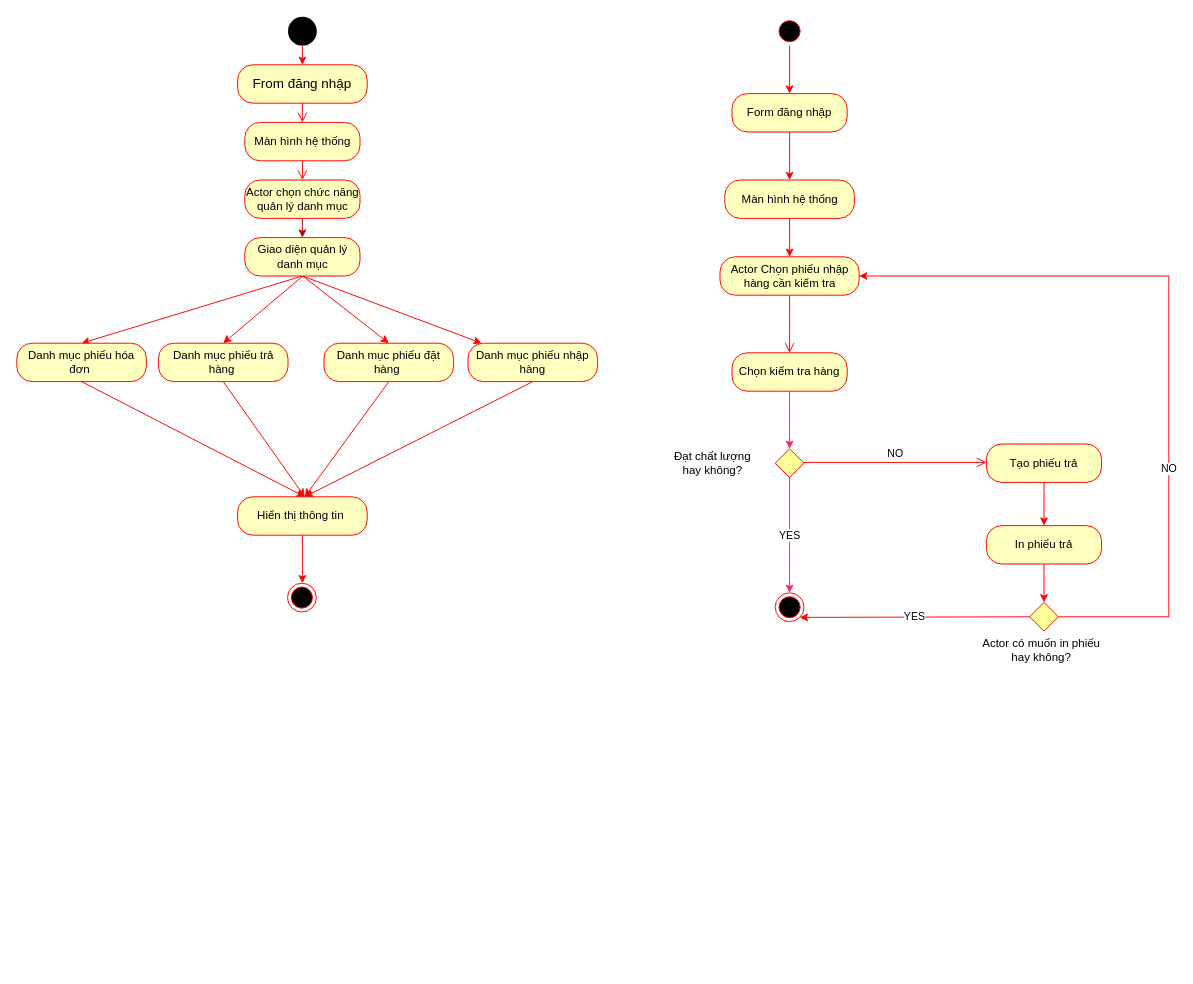
Before: ACTIVITY/Activity diagram.drawio in AlexTien202/congnghephanmem, a draw.io diagram. Source tidied: cells renumbered, new cells numbered last; positions are measured from the earlier drawing's top-left corner, leaving out a move shared by most shapes. Both pictures are drawn from the tidied source at 96%, with x=0, y=0 at pixel (16, 16).
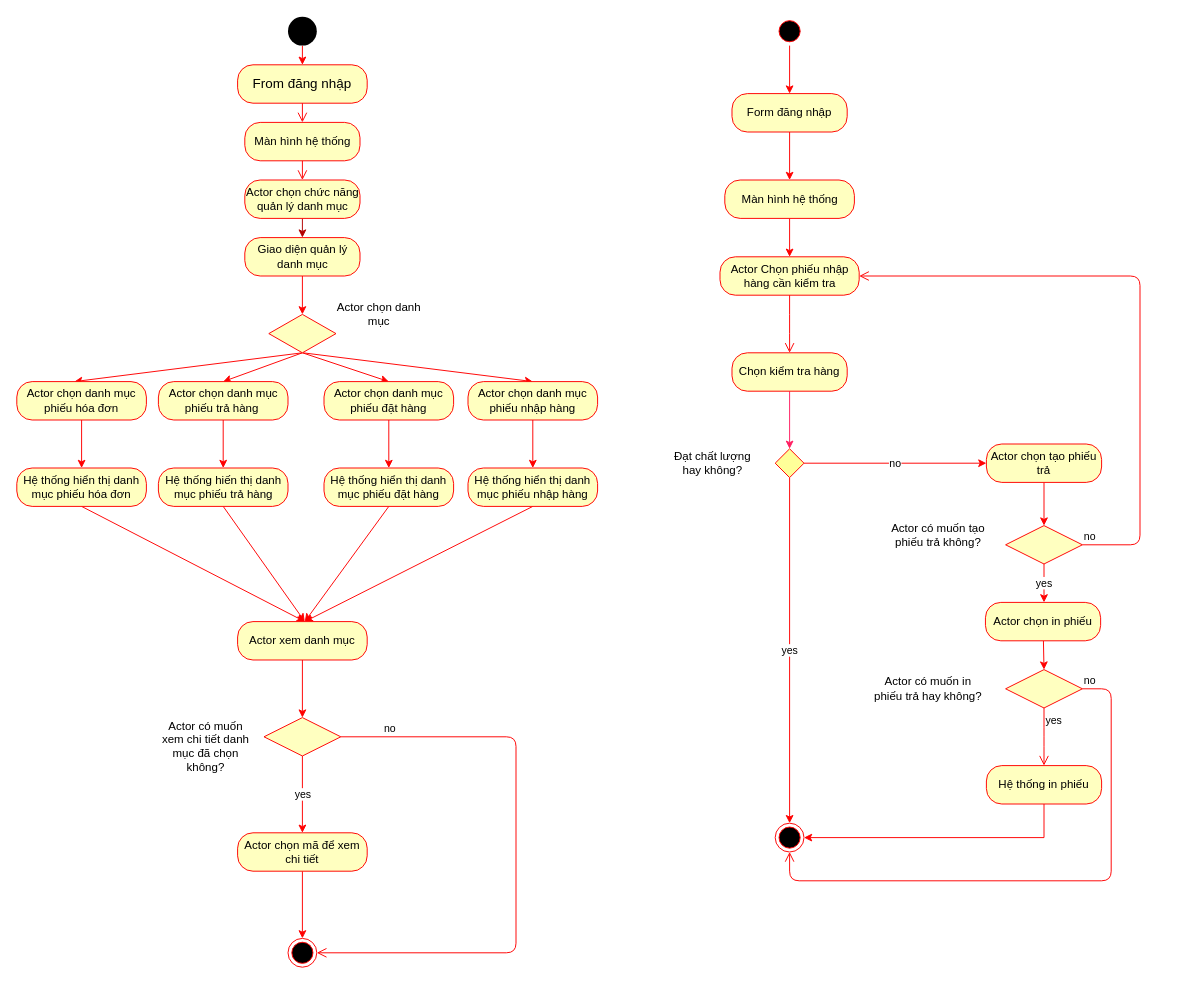
After the change.

The change refers to these unchanged cells:
```xml
<mxCell id="4" value="Actor Chọn phiếu nhập hàng cần kiểm tra" style="rounded=1;whiteSpace=wrap;html=1;arcSize=40;fontColor=#000000;fillColor=#ffffc0;strokeColor=#ff0000;" parent="1" vertex="1">
  <mxGeometry x="732.5" y="250" width="145" height="40" as="geometry" />
</mxCell>
<mxCell id="10" style="rhombus;fillColor=#FFFF99;strokeColor=#FF0000;" parent="1" vertex="1">
  <mxGeometry x="790" y="450" width="30" height="30" as="geometry" />
</mxCell>
<mxCell id="33" value="Giao diện quản lý danh mục" style="rounded=1;whiteSpace=wrap;html=1;arcSize=40;fontColor=#000000;fillColor=#ffffc0;strokeColor=#ff0000;" parent="1" vertex="1">
  <mxGeometry x="237.5" y="230" width="120" height="40" as="geometry" />
</mxCell>
```

Diff of the diagram source:
```diff
@@
-    <mxCell id="6" value="NO" style="edgeStyle=orthogonalEdgeStyle;html=1;verticalAlign=bottom;endArrow=open;endSize=8;strokeColor=#ff0000;" parent="1" edge="1">
-      <mxGeometry relative="1" as="geometry">
-        <mxPoint x="820" y="464.2" as="sourcePoint" />
-        <mxPoint x="1010" y="464.2" as="targetPoint" />
-      </mxGeometry>
-    </mxCell>
@@
-    <mxCell id="9" value="YES" style="edgeStyle=none;rounded=0;jettySize=auto;html=1;strokeColor=#FF1F62;entryX=0.5;entryY=0;entryDx=0;entryDy=0;" parent="1" edge="1" source="10" target="13">
+    <mxCell id="9" value="yes" style="edgeStyle=orthogonalEdgeStyle;rounded=0;jettySize=auto;html=1;strokeColor=#FF0000;entryX=0.5;entryY=0;entryDx=0;entryDy=0;" parent="1" edge="1" source="10" target="13">
       <mxGeometry relative="1" as="geometry" />
     </mxCell>
+    <mxCell id="49" value="no" style="edgeStyle=orthogonalEdgeStyle;rounded=0;jettySize=auto;html=1;entryX=0;entryY=0.5;entryDx=0;entryDy=0;strokeColor=#FF0000;" parent="1" edge="1" source="10" target="12">
+      <mxGeometry relative="1" as="geometry" />
+    </mxCell>
@@
-    <mxCell id="11" style="edgeStyle=none;rounded=0;jettySize=auto;html=1;entryX=0.5;entryY=0;entryDx=0;entryDy=0;strokeColor=#FF0000;" parent="1" edge="1" source="12" target="18">
-      <mxGeometry relative="1" as="geometry" />
+    <mxCell id="11" style="edgeStyle=none;rounded=0;jettySize=auto;html=1;entryX=0.5;entryY=0;entryDx=0;entryDy=0;strokeColor=#FF0000;" parent="1" edge="1" source="12">
+      <mxGeometry relative="1" as="geometry">
+        <mxPoint x="1070" y="530" as="targetPoint" />
+      </mxGeometry>
     </mxCell>
-    <mxCell id="12" value="Tạo phiếu trả" style="rounded=1;whiteSpace=wrap;html=1;arcSize=40;fontColor=#000000;fillColor=#ffffc0;strokeColor=#ff0000;" parent="1" vertex="1">
+    <mxCell id="12" value="Actor chọn tạo phiếu trả" style="rounded=1;whiteSpace=wrap;html=1;arcSize=40;fontColor=#000000;fillColor=#ffffc0;strokeColor=#ff0000;" parent="1" vertex="1">
       <mxGeometry x="1010" y="445" width="120" height="40" as="geometry" />
     </mxCell>
     <mxCell id="13" style="ellipse;html=1;shape=endState;fillColor=#000000;strokeColor=#ff0000;" parent="1" vertex="1">
-      <mxGeometry x="790" y="600" width="30" height="30" as="geometry" />
+      <mxGeometry x="790" y="840" width="30" height="30" as="geometry" />
     </mxCell>
@@
-    <mxCell id="17" style="edgeStyle=none;rounded=0;jettySize=auto;html=1;exitX=0.5;exitY=1;exitDx=0;exitDy=0;entryX=0.5;entryY=0;entryDx=0;entryDy=0;strokeColor=#FF0000;" parent="1" edge="1" source="18" target="21">
-      <mxGeometry relative="1" as="geometry" />
+    <mxCell id="17" value="yes" style="edgeStyle=none;rounded=0;orthogonalLoop=1;jettySize=auto;html=1;exitX=0.5;exitY=1;exitDx=0;exitDy=0;entryX=0.5;entryY=0;entryDx=0;entryDy=0;strokeColor=#FF0000;" parent="1" edge="1">
+      <mxGeometry relative="1" as="geometry">
+        <mxPoint x="1070" y="570" as="sourcePoint" />
+        <mxPoint x="1070" y="610" as="targetPoint" />
+      </mxGeometry>
     </mxCell>
-    <mxCell id="18" value="In phiếu trả" style="rounded=1;whiteSpace=wrap;html=1;arcSize=40;fontColor=#000000;fillColor=#ffffc0;strokeColor=#ff0000;" parent="1" vertex="1">
-      <mxGeometry x="1010" y="530" width="120" height="40" as="geometry" />
-    </mxCell>
-    <mxCell id="19" value="YES" style="edgeStyle=none;rounded=0;jettySize=auto;html=1;exitX=0;exitY=0.5;exitDx=0;exitDy=0;entryX=1;entryY=1;entryDx=0;entryDy=0;strokeColor=#FF0000;" parent="1" edge="1" source="21" target="13">
-      <mxGeometry relative="1" as="geometry" />
-    </mxCell>
-    <mxCell id="20" value="NO" style="edgeStyle=orthogonalEdgeStyle;rounded=0;jettySize=auto;html=1;entryX=1;entryY=0.5;entryDx=0;entryDy=0;strokeColor=#FF0000;exitX=1;exitY=0.5;exitDx=0;exitDy=0;" parent="1" edge="1" source="21" target="4">
-      <mxGeometry x="-0.32" relative="1" as="geometry">
-        <Array as="points">
-          <mxPoint x="1200" y="625" />
-          <mxPoint x="1200" y="270" />
-        </Array>
-      </mxGeometry>
-    </mxCell>
-    <mxCell id="21" style="rhombus;fillColor=#FFFF99;strokeColor=#FF0000;" parent="1" vertex="1">
-      <mxGeometry x="1055" y="610" width="30" height="30" as="geometry" />
-    </mxCell>
-    <mxCell id="22" value="Actor có muốn in phiếu hay không?" style="text;html=1;strokeColor=none;fillColor=none;align=center;verticalAlign=middle;whiteSpace=wrap;rounded=0;" parent="1" vertex="1">
-      <mxGeometry x="1005" y="650" width="125" height="20" as="geometry" />
-    </mxCell>
@@
-    <mxCell id="29" style="rounded=0;jettySize=auto;html=1;exitX=0.5;exitY=1;exitDx=0;exitDy=0;entryX=0.5;entryY=0;entryDx=0;entryDy=0;strokeColor=#FF0000;" parent="1" edge="1" source="33" target="37">
-      <mxGeometry relative="1" as="geometry" />
-    </mxCell>
-    <mxCell id="30" style="rounded=0;jettySize=auto;html=1;exitX=0.5;exitY=1;exitDx=0;exitDy=0;fillColor=#e51400;strokeColor=#FF0000;" parent="1" edge="1" source="33" target="41">
-      <mxGeometry relative="1" as="geometry" />
-    </mxCell>
-    <mxCell id="31" style="edgeStyle=none;rounded=0;jettySize=auto;html=1;entryX=0.5;entryY=0;entryDx=0;entryDy=0;strokeColor=#FF0000;" parent="1" edge="1" target="39">
-      <mxGeometry relative="1" as="geometry">
-        <mxPoint x="298" y="270" as="sourcePoint" />
-      </mxGeometry>
-    </mxCell>
-    <mxCell id="32" style="edgeStyle=none;rounded=0;jettySize=auto;html=1;entryX=0.5;entryY=0;entryDx=0;entryDy=0;strokeColor=#FF0000;" parent="1" edge="1" target="43">
-      <mxGeometry relative="1" as="geometry">
-        <mxPoint x="298" y="270" as="sourcePoint" />
-      </mxGeometry>
-    </mxCell>
+    <mxCell id="50" style="edgeStyle=none;rounded=0;jettySize=auto;html=1;entryX=0.5;entryY=0;entryDx=0;entryDy=0;strokeColor=#FF0000;" parent="1" edge="1" source="33" target="56">
+      <mxGeometry relative="1" as="geometry" />
+    </mxCell>
@@
     <mxCell id="36" style="edgeStyle=none;rounded=0;jettySize=auto;html=1;exitX=0.5;exitY=1;exitDx=0;exitDy=0;fillColor=#e51400;strokeColor=#FF0000;" parent="1" edge="1" source="37">
       <mxGeometry relative="1" as="geometry">
-        <mxPoint x="300" y="500" as="targetPoint" />
+        <mxPoint x="300" y="630" as="targetPoint" />
       </mxGeometry>
     </mxCell>
-    <mxCell id="37" value="Danh mục phiếu hóa đơn&amp;nbsp;" style="rounded=1;whiteSpace=wrap;html=1;arcSize=40;fontColor=#000000;fillColor=#ffffc0;strokeColor=#ff0000;" parent="1" vertex="1">
-      <mxGeometry y="340" width="135" height="40" as="geometry" />
+    <mxCell id="37" value="Hệ thống hiển thị danh mục phiếu hóa đơn" style="rounded=1;whiteSpace=wrap;html=1;arcSize=40;fontColor=#000000;fillColor=#ffffc0;strokeColor=#ff0000;" parent="1" vertex="1">
+      <mxGeometry y="470" width="135" height="40" as="geometry" />
     </mxCell>
     <mxCell id="38" style="edgeStyle=none;rounded=0;jettySize=auto;html=1;exitX=0.5;exitY=1;exitDx=0;exitDy=0;fillColor=#e51400;strokeColor=#FF0000;" parent="1" edge="1" source="39">
       <mxGeometry relative="1" as="geometry">
-        <mxPoint x="300" y="500" as="targetPoint" />
+        <mxPoint x="300" y="630" as="targetPoint" />
       </mxGeometry>
     </mxCell>
-    <mxCell id="39" value="Danh mục phiếu trả hàng&amp;nbsp;" style="rounded=1;whiteSpace=wrap;html=1;arcSize=40;fontColor=#000000;fillColor=#ffffc0;strokeColor=#ff0000;" parent="1" vertex="1">
-      <mxGeometry x="147.5" y="340" width="135" height="40" as="geometry" />
+    <mxCell id="39" value="Hệ thống hiến thị danh mục phiếu trả hàng" style="rounded=1;whiteSpace=wrap;html=1;arcSize=40;fontColor=#000000;fillColor=#ffffc0;strokeColor=#ff0000;" parent="1" vertex="1">
+      <mxGeometry x="147.5" y="470" width="135" height="40" as="geometry" />
     </mxCell>
     <mxCell id="40" style="edgeStyle=none;rounded=0;jettySize=auto;html=1;exitX=0.5;exitY=1;exitDx=0;exitDy=0;fillColor=#e51400;strokeColor=#FF0000;" parent="1" edge="1" source="41">
       <mxGeometry relative="1" as="geometry">
-        <mxPoint x="300" y="500" as="targetPoint" />
+        <mxPoint x="300" y="630" as="targetPoint" />
       </mxGeometry>
     </mxCell>
-    <mxCell id="41" value="Danh mục phiếu nhập hàng" style="rounded=1;whiteSpace=wrap;html=1;arcSize=40;fontColor=#000000;fillColor=#ffffc0;strokeColor=#ff0000;" parent="1" vertex="1">
-      <mxGeometry x="470" y="340" width="135" height="40" as="geometry" />
+    <mxCell id="41" value="Hệ thống hiển thị danh mục phiếu nhập hàng" style="rounded=1;whiteSpace=wrap;html=1;arcSize=40;fontColor=#000000;fillColor=#ffffc0;strokeColor=#ff0000;" parent="1" vertex="1">
+      <mxGeometry x="470" y="470" width="135" height="40" as="geometry" />
     </mxCell>
     <mxCell id="42" style="edgeStyle=none;rounded=0;jettySize=auto;html=1;exitX=0.5;exitY=1;exitDx=0;exitDy=0;fillColor=#e51400;strokeColor=#FF0000;" parent="1" edge="1" source="43">
       <mxGeometry relative="1" as="geometry">
-        <mxPoint x="300" y="500" as="targetPoint" />
+        <mxPoint x="300" y="630" as="targetPoint" />
       </mxGeometry>
     </mxCell>
-    <mxCell id="43" value="Danh mục phiếu đặt hàng&amp;nbsp;" style="rounded=1;whiteSpace=wrap;html=1;arcSize=40;fontColor=#000000;fillColor=#ffffc0;strokeColor=#ff0000;" parent="1" vertex="1">
-      <mxGeometry x="320" y="340" width="135" height="40" as="geometry" />
+    <mxCell id="43" value="Hệ thống hiển thị danh mục phiếu đặt hàng" style="rounded=1;whiteSpace=wrap;html=1;arcSize=40;fontColor=#000000;fillColor=#ffffc0;strokeColor=#ff0000;" parent="1" vertex="1">
+      <mxGeometry x="320" y="470" width="135" height="40" as="geometry" />
     </mxCell>
-    <mxCell id="44" style="edgeStyle=none;rounded=0;jettySize=auto;html=1;strokeColor=#FF0000;" parent="1" edge="1" source="45">
-      <mxGeometry relative="1" as="geometry">
-        <mxPoint x="297.5" y="590" as="targetPoint" />
-      </mxGeometry>
-    </mxCell>
+    <mxCell id="51" style="edgeStyle=none;rounded=0;jettySize=auto;html=1;entryX=0.5;entryY=0;entryDx=0;entryDy=0;strokeColor=#FF0000;" parent="1" edge="1" source="45" target="68">
+      <mxGeometry relative="1" as="geometry" />
+    </mxCell>
-    <mxCell id="45" value="Hiển thị thông tin&amp;nbsp;" style="rounded=1;whiteSpace=wrap;html=1;arcSize=40;fontColor=#000000;fillColor=#ffffc0;strokeColor=#ff0000;" parent="1" vertex="1">
-      <mxGeometry x="230" y="500" width="135" height="40" as="geometry" />
+    <mxCell id="45" value="Actor xem danh mục" style="rounded=1;whiteSpace=wrap;html=1;arcSize=40;fontColor=#000000;fillColor=#ffffc0;strokeColor=#ff0000;" parent="1" vertex="1">
+      <mxGeometry x="230" y="630" width="135" height="40" as="geometry" />
     </mxCell>
     <mxCell id="46" style="ellipse;html=1;shape=endState;fillColor=#000000;strokeColor=#ff0000;" parent="1" vertex="1">
-      <mxGeometry x="282" y="590" width="30" height="30" as="geometry" />
+      <mxGeometry x="282.5" y="960" width="30" height="30" as="geometry" />
     </mxCell>
@@
+    <mxCell id="52" style="edgeStyle=none;rounded=0;jettySize=auto;html=1;entryX=0.444;entryY=0;entryDx=0;entryDy=0;entryPerimeter=0;strokeColor=#FF0000;exitX=0.5;exitY=1;exitDx=0;exitDy=0;" parent="1" edge="1" source="56" target="59">
+      <mxGeometry relative="1" as="geometry" />
+    </mxCell>
+    <mxCell id="53" style="edgeStyle=none;rounded=0;jettySize=auto;html=1;entryX=0.5;entryY=0;entryDx=0;entryDy=0;strokeColor=#FF0000;" parent="1" edge="1" target="65">
+      <mxGeometry relative="1" as="geometry">
+        <mxPoint x="298" y="350" as="sourcePoint" />
+      </mxGeometry>
+    </mxCell>
+    <mxCell id="54" style="edgeStyle=none;rounded=0;jettySize=auto;html=1;entryX=0.5;entryY=0;entryDx=0;entryDy=0;strokeColor=#FF0000;exitX=0.5;exitY=1;exitDx=0;exitDy=0;" parent="1" edge="1" source="56" target="63">
+      <mxGeometry relative="1" as="geometry" />
+    </mxCell>
+    <mxCell id="55" style="edgeStyle=none;rounded=0;jettySize=auto;html=1;entryX=0.5;entryY=0;entryDx=0;entryDy=0;strokeColor=#FF0000;exitX=0.5;exitY=1;exitDx=0;exitDy=0;" parent="1" edge="1" source="56" target="61">
+      <mxGeometry relative="1" as="geometry" />
+    </mxCell>
+    <mxCell id="56" style="rhombus;whiteSpace=wrap;html=1;fillColor=#ffffc0;strokeColor=#ff0000;" parent="1" vertex="1">
+      <mxGeometry x="262.5" y="310" width="70" height="40" as="geometry" />
+    </mxCell>
+    <mxCell id="57" value="Actor chọn danh mục" style="text;html=1;strokeColor=none;fillColor=none;align=center;verticalAlign=middle;whiteSpace=wrap;rounded=0;" parent="1" vertex="1">
+      <mxGeometry x="320" y="300" width="115" height="20" as="geometry" />
+    </mxCell>
+    <mxCell id="58" style="edgeStyle=none;rounded=0;jettySize=auto;html=1;entryX=0.5;entryY=0;entryDx=0;entryDy=0;strokeColor=#FF0000;" parent="1" edge="1" source="59" target="37">
+      <mxGeometry relative="1" as="geometry" />
+    </mxCell>
+    <mxCell id="59" value="Actor chọn danh mục phiếu hóa đơn" style="rounded=1;whiteSpace=wrap;html=1;arcSize=40;fontColor=#000000;fillColor=#ffffc0;strokeColor=#ff0000;" parent="1" vertex="1">
+      <mxGeometry y="380" width="135" height="40" as="geometry" />
+    </mxCell>
+    <mxCell id="60" style="edgeStyle=none;rounded=0;jettySize=auto;html=1;entryX=0.5;entryY=0;entryDx=0;entryDy=0;strokeColor=#FF0000;" parent="1" edge="1" source="61" target="39">
+      <mxGeometry relative="1" as="geometry" />
+    </mxCell>
+    <mxCell id="61" value="Actor chọn danh mục phiếu trả hàng&amp;nbsp;" style="rounded=1;whiteSpace=wrap;html=1;arcSize=40;fontColor=#000000;fillColor=#ffffc0;strokeColor=#ff0000;" parent="1" vertex="1">
+      <mxGeometry x="147.5" y="380" width="135" height="40" as="geometry" />
+    </mxCell>
+    <mxCell id="62" style="edgeStyle=none;rounded=0;jettySize=auto;html=1;entryX=0.5;entryY=0;entryDx=0;entryDy=0;strokeColor=#FF0000;" parent="1" edge="1" source="63" target="43">
+      <mxGeometry relative="1" as="geometry" />
+    </mxCell>
+    <mxCell id="63" value="Actor chọn danh mục phiếu đặt hàng" style="rounded=1;whiteSpace=wrap;html=1;arcSize=40;fontColor=#000000;fillColor=#ffffc0;strokeColor=#ff0000;" parent="1" vertex="1">
+      <mxGeometry x="320" y="380" width="135" height="40" as="geometry" />
+    </mxCell>
+    <mxCell id="64" style="edgeStyle=none;rounded=0;jettySize=auto;html=1;entryX=0.5;entryY=0;entryDx=0;entryDy=0;strokeColor=#FF0000;" parent="1" edge="1" source="65" target="41">
+      <mxGeometry relative="1" as="geometry" />
+    </mxCell>
+    <mxCell id="65" value="Actor chọn danh mục phiếu nhập hàng" style="rounded=1;whiteSpace=wrap;html=1;arcSize=40;fontColor=#000000;fillColor=#ffffc0;strokeColor=#ff0000;" parent="1" vertex="1">
+      <mxGeometry x="470" y="380" width="135" height="40" as="geometry" />
+    </mxCell>
+    <mxCell id="66" style="edgeStyle=none;rounded=0;orthogonalLoop=1;jettySize=auto;html=1;exitX=0;exitY=1;exitDx=0;exitDy=0;strokeColor=#FF0000;" parent="1" edge="1" source="56" target="56">
+      <mxGeometry relative="1" as="geometry" />
+    </mxCell>
+    <mxCell id="67" value="yes" style="edgeStyle=none;rounded=0;jettySize=auto;html=1;entryX=0.5;entryY=0;entryDx=0;entryDy=0;strokeColor=#FF0000;" parent="1" edge="1" source="68" target="72">
+      <mxGeometry relative="1" as="geometry" />
+    </mxCell>
+    <mxCell id="68" style="rhombus;whiteSpace=wrap;html=1;fillColor=#ffffc0;strokeColor=#ff0000;" parent="1" vertex="1">
+      <mxGeometry x="257.5" y="730" width="80" height="40" as="geometry" />
+    </mxCell>
+    <mxCell id="69" value="no" style="edgeStyle=orthogonalEdgeStyle;html=1;align=left;verticalAlign=bottom;endArrow=open;endSize=8;strokeColor=#ff0000;entryX=1;entryY=0.5;entryDx=0;entryDy=0;" parent="1" edge="1" source="68" target="46">
+      <mxGeometry x="-0.86" relative="1" as="geometry">
+        <Array as="points">
+          <mxPoint x="520" y="750" />
+          <mxPoint x="520" y="975" />
+        </Array>
+      </mxGeometry>
+    </mxCell>
+    <mxCell id="70" value="Actor có muốn xem chi tiết danh mục đã chọn không?" style="text;html=1;strokeColor=none;fillColor=none;align=center;verticalAlign=middle;whiteSpace=wrap;rounded=0;" parent="1" vertex="1">
+      <mxGeometry x="147.5" y="750" width="98" height="20" as="geometry" />
+    </mxCell>
+    <mxCell id="71" style="edgeStyle=none;rounded=0;jettySize=auto;html=1;entryX=0.5;entryY=0;entryDx=0;entryDy=0;strokeColor=#FF0000;" parent="1" edge="1" source="72" target="46">
+      <mxGeometry relative="1" as="geometry" />
+    </mxCell>
+    <mxCell id="72" value="Actor chọn mã để xem chi tiết" style="rounded=1;whiteSpace=wrap;html=1;arcSize=40;fontColor=#000000;fillColor=#ffffc0;strokeColor=#ff0000;" parent="1" vertex="1">
+      <mxGeometry x="230" y="850" width="135" height="40" as="geometry" />
+    </mxCell>
+    <mxCell id="73" style="rhombus;whiteSpace=wrap;html=1;fillColor=#ffffc0;strokeColor=#ff0000;" parent="1" vertex="1">
+      <mxGeometry x="1030" y="530" width="80" height="40" as="geometry" />
+    </mxCell>
+    <mxCell id="74" value="no" style="edgeStyle=orthogonalEdgeStyle;html=1;align=left;verticalAlign=bottom;endArrow=open;endSize=8;strokeColor=#ff0000;entryX=1;entryY=0.5;entryDx=0;entryDy=0;" parent="1" edge="1" source="73" target="4">
+      <mxGeometry x="-1" relative="1" as="geometry">
+        <Array as="points">
+          <mxPoint x="1170" y="550" />
+          <mxPoint x="1170" y="270" />
+        </Array>
+      </mxGeometry>
+    </mxCell>
+    <mxCell id="75" value="Actor có muốn tạo phiếu trả không?" style="text;html=1;strokeColor=none;fillColor=none;align=center;verticalAlign=middle;whiteSpace=wrap;rounded=0;" parent="1" vertex="1">
+      <mxGeometry x="900" y="530" width="120" height="20" as="geometry" />
+    </mxCell>
+    <mxCell id="76" style="edgeStyle=none;rounded=0;jettySize=auto;html=1;entryX=0.5;entryY=0;entryDx=0;entryDy=0;strokeColor=#FF0000;" parent="1" edge="1" source="77" target="78">
+      <mxGeometry relative="1" as="geometry" />
+    </mxCell>
+    <mxCell id="77" value="Actor chọn in phiếu" style="rounded=1;whiteSpace=wrap;html=1;arcSize=40;fontColor=#000000;fillColor=#ffffc0;strokeColor=#ff0000;" parent="1" vertex="1">
+      <mxGeometry x="1009" y="610" width="120" height="40" as="geometry" />
+    </mxCell>
+    <mxCell id="78" style="rhombus;whiteSpace=wrap;html=1;fillColor=#ffffc0;strokeColor=#ff0000;" parent="1" vertex="1">
+      <mxGeometry x="1030" y="680" width="80" height="40" as="geometry" />
+    </mxCell>
+    <mxCell id="79" value="no" style="edgeStyle=orthogonalEdgeStyle;html=1;align=left;verticalAlign=bottom;endArrow=open;endSize=8;strokeColor=#ff0000;entryX=0.5;entryY=1;entryDx=0;entryDy=0;" parent="1" edge="1" source="78" target="13">
+      <mxGeometry x="-1" relative="1" as="geometry">
+        <Array as="points">
+          <mxPoint x="1140" y="700" />
+          <mxPoint x="1140" y="900" />
+          <mxPoint x="805" y="900" />
+        </Array>
+      </mxGeometry>
+    </mxCell>
+    <mxCell id="80" value="yes" style="edgeStyle=orthogonalEdgeStyle;html=1;align=left;verticalAlign=top;endArrow=open;endSize=8;strokeColor=#ff0000;" parent="1" edge="1" source="78">
+      <mxGeometry x="-1" relative="1" as="geometry">
+        <mxPoint x="1070" y="780" as="targetPoint" />
+      </mxGeometry>
+    </mxCell>
+    <mxCell id="81" style="edgeStyle=orthogonalEdgeStyle;rounded=0;jettySize=auto;html=1;entryX=1;entryY=0.5;entryDx=0;entryDy=0;strokeColor=#FF0000;" parent="1" edge="1" source="82" target="13">
+      <mxGeometry relative="1" as="geometry">
+        <Array as="points">
+          <mxPoint x="1070" y="855" />
+        </Array>
+      </mxGeometry>
+    </mxCell>
+    <mxCell id="82" value="Hệ thống in phiếu" style="rounded=1;whiteSpace=wrap;html=1;arcSize=40;fontColor=#000000;fillColor=#ffffc0;strokeColor=#ff0000;" parent="1" vertex="1">
+      <mxGeometry x="1010" y="780" width="120" height="40" as="geometry" />
+    </mxCell>
+    <mxCell id="83" value="Actor có muốn in phiếu trả hay không?" style="text;html=1;strokeColor=none;fillColor=none;align=center;verticalAlign=middle;whiteSpace=wrap;rounded=0;" parent="1" vertex="1">
+      <mxGeometry x="890" y="690" width="119" height="20" as="geometry" />
+    </mxCell>
```
